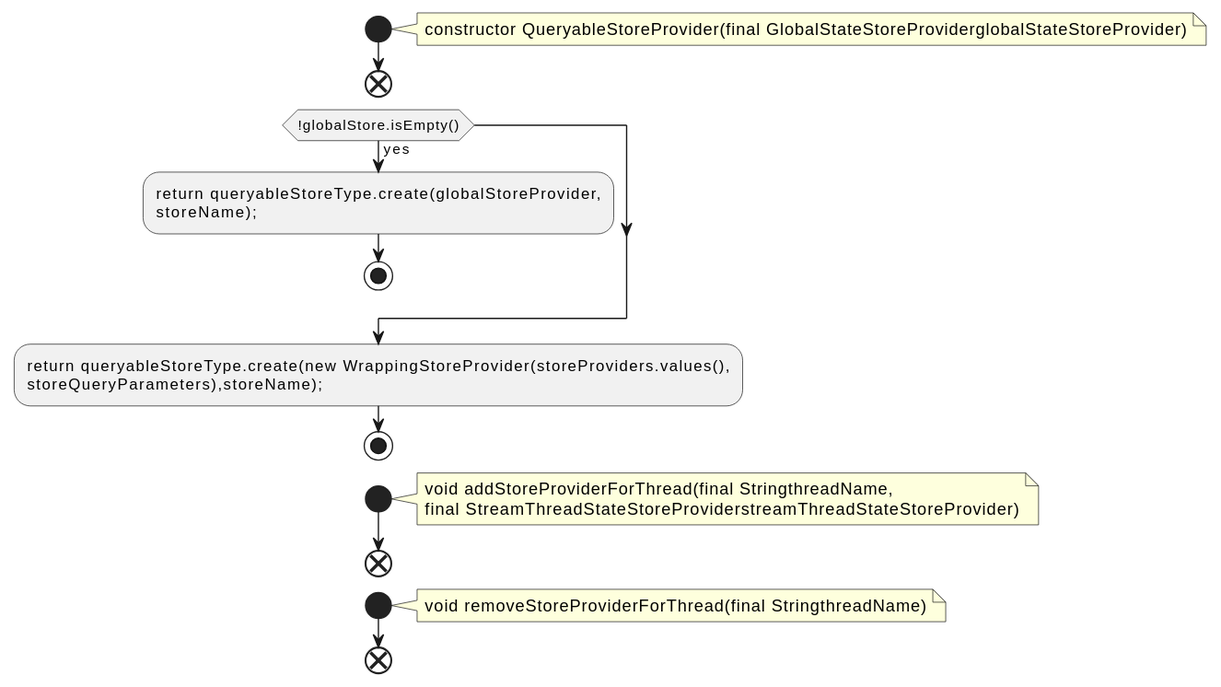
Before: docs/qc/streams/src/main/java/org/apache/kafka/streams/state/internals/QueryableStoreProvider.java.fct.svg, a diagram exported from PlantUML (qualitesys/kafka).
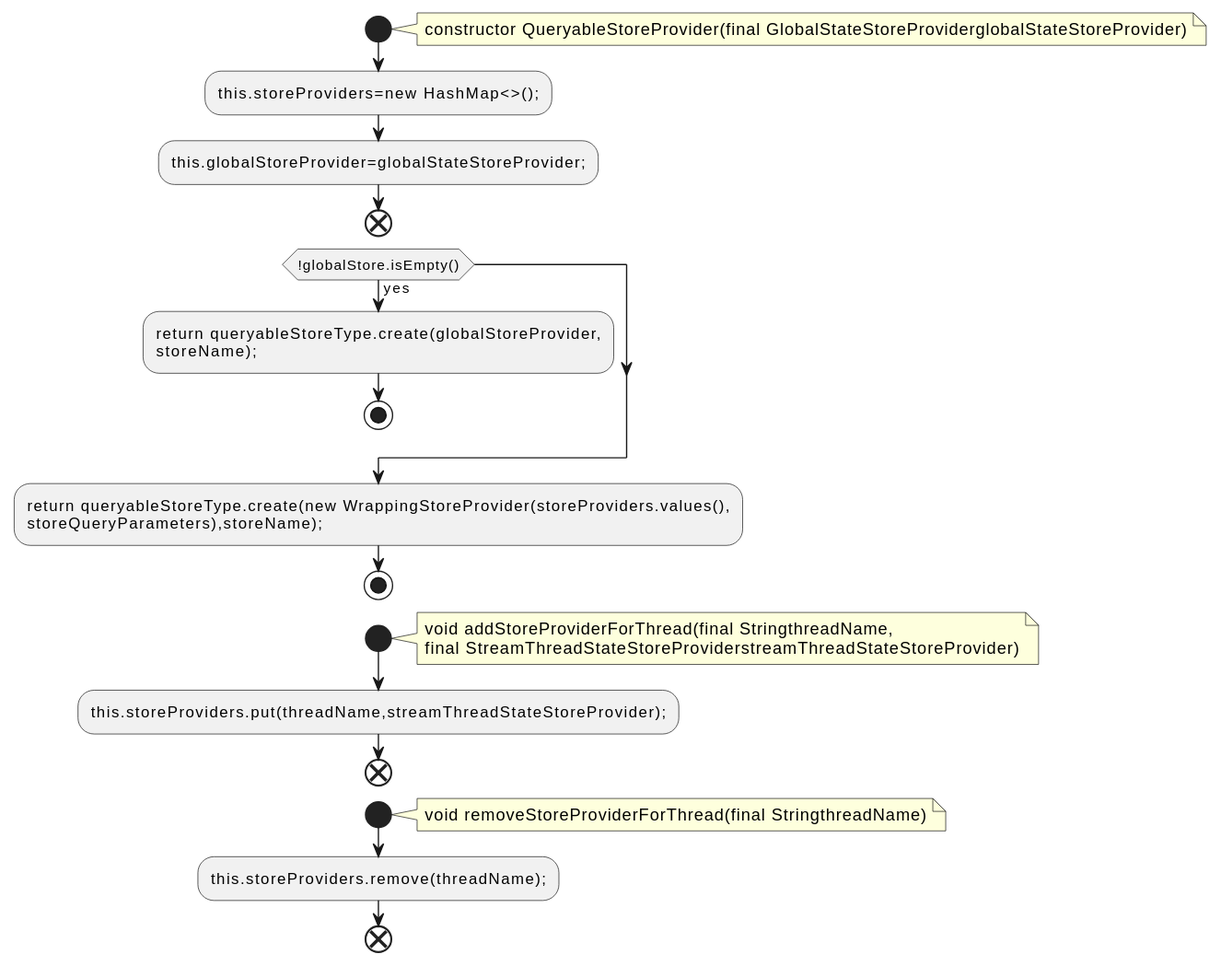
After the commit.

Change to the diagram source:
```diff
@@ -4,6 +4,8 @@
 note right
 constructor QueryableStoreProvider(final GlobalStateStoreProviderglobalStateStoreProvider)
 end note
+:this.storeProviders=new HashMap<>();;
+:this.globalStoreProvider=globalStateStoreProvider;;
 end
 if (!globalStore.isEmpty()) then (yes)
 :return queryableStoreType.create(globalStoreProvider,
@@ -18,10 +20,12 @@
 void addStoreProviderForThread(final StringthreadName,
 final StreamThreadStateStoreProviderstreamThreadStateStoreProvider)
 end note
+:this.storeProviders.put(threadName,streamThreadStateStoreProvider);;
 end
 start
 note right
 void removeStoreProviderForThread(final StringthreadName)
 end note
+:this.storeProviders.remove(threadName);;
 end
 @enduml
```
